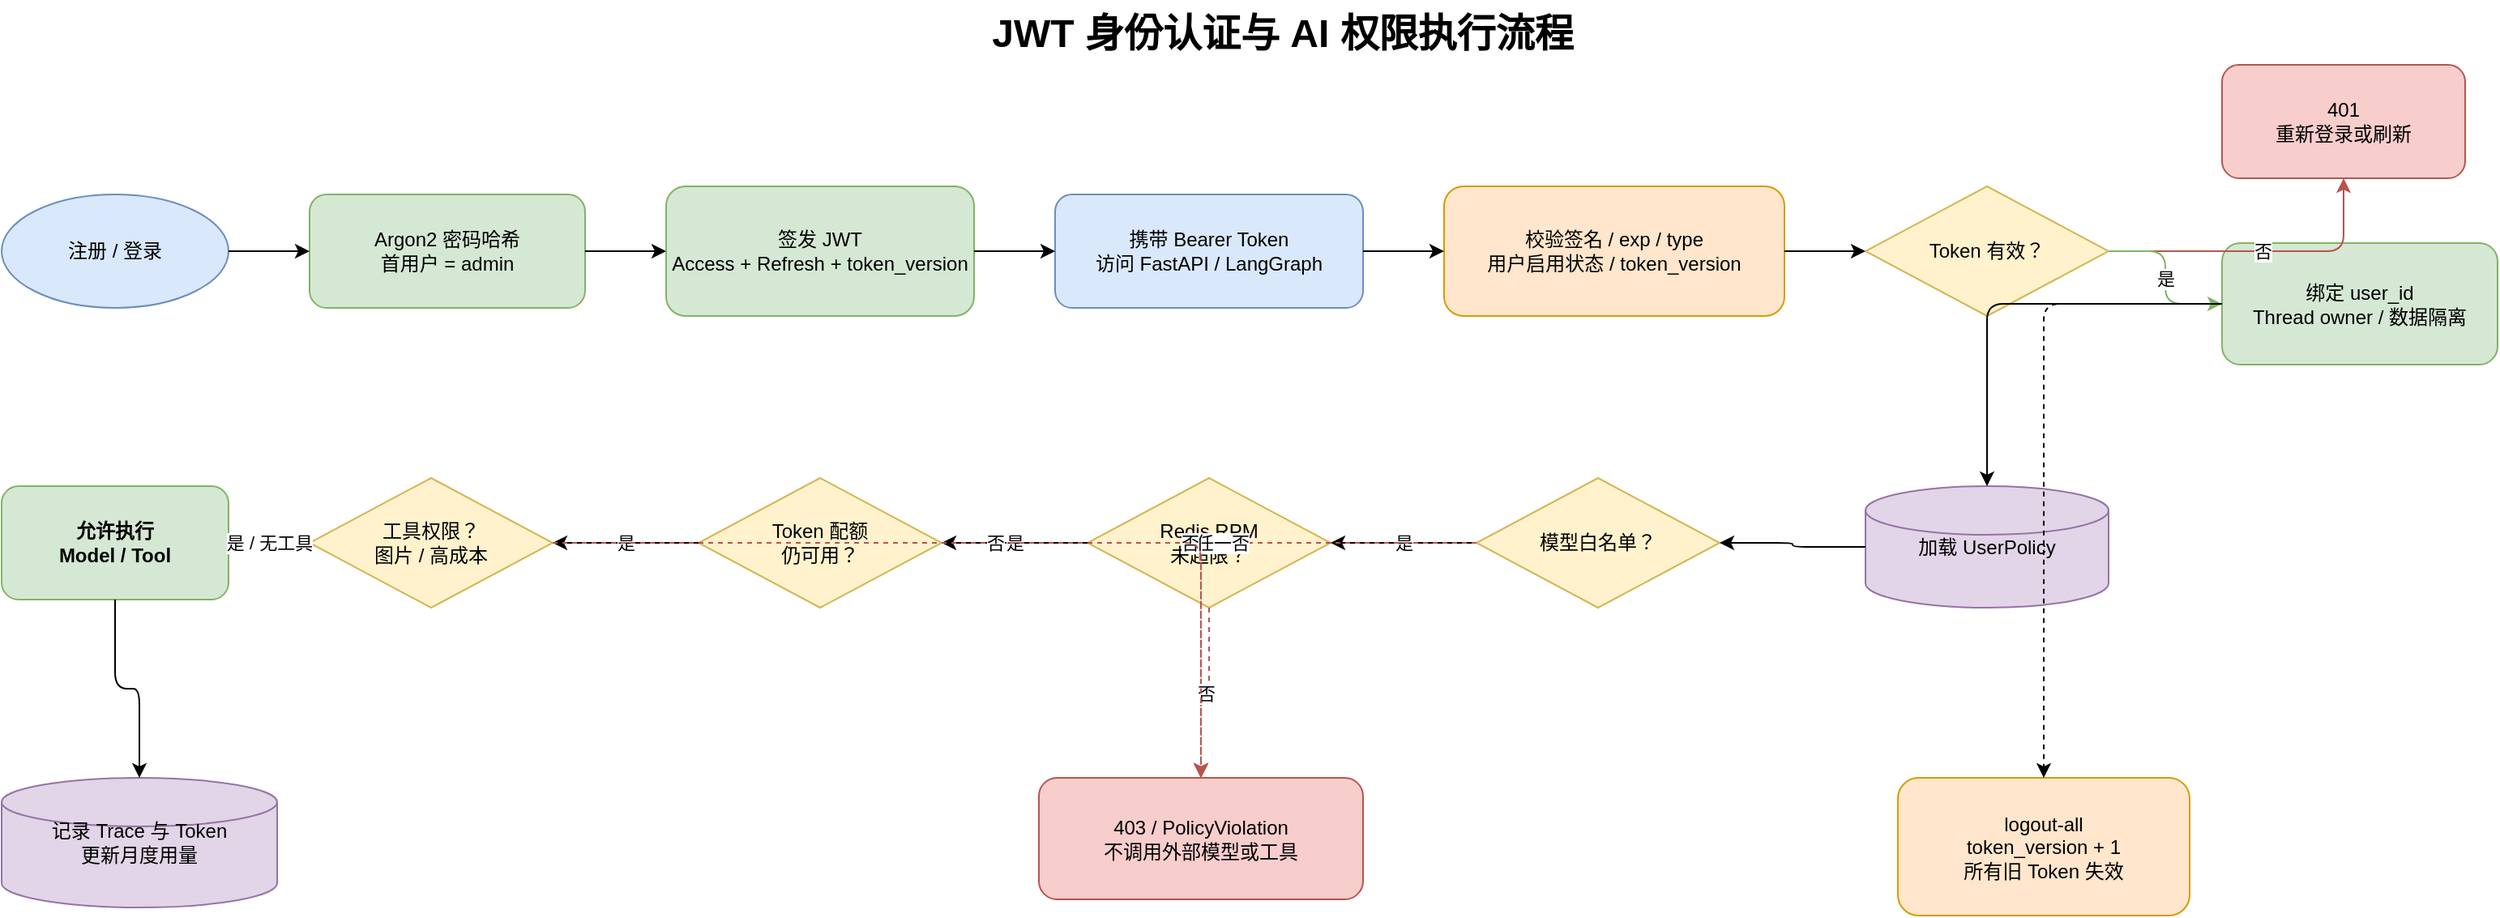
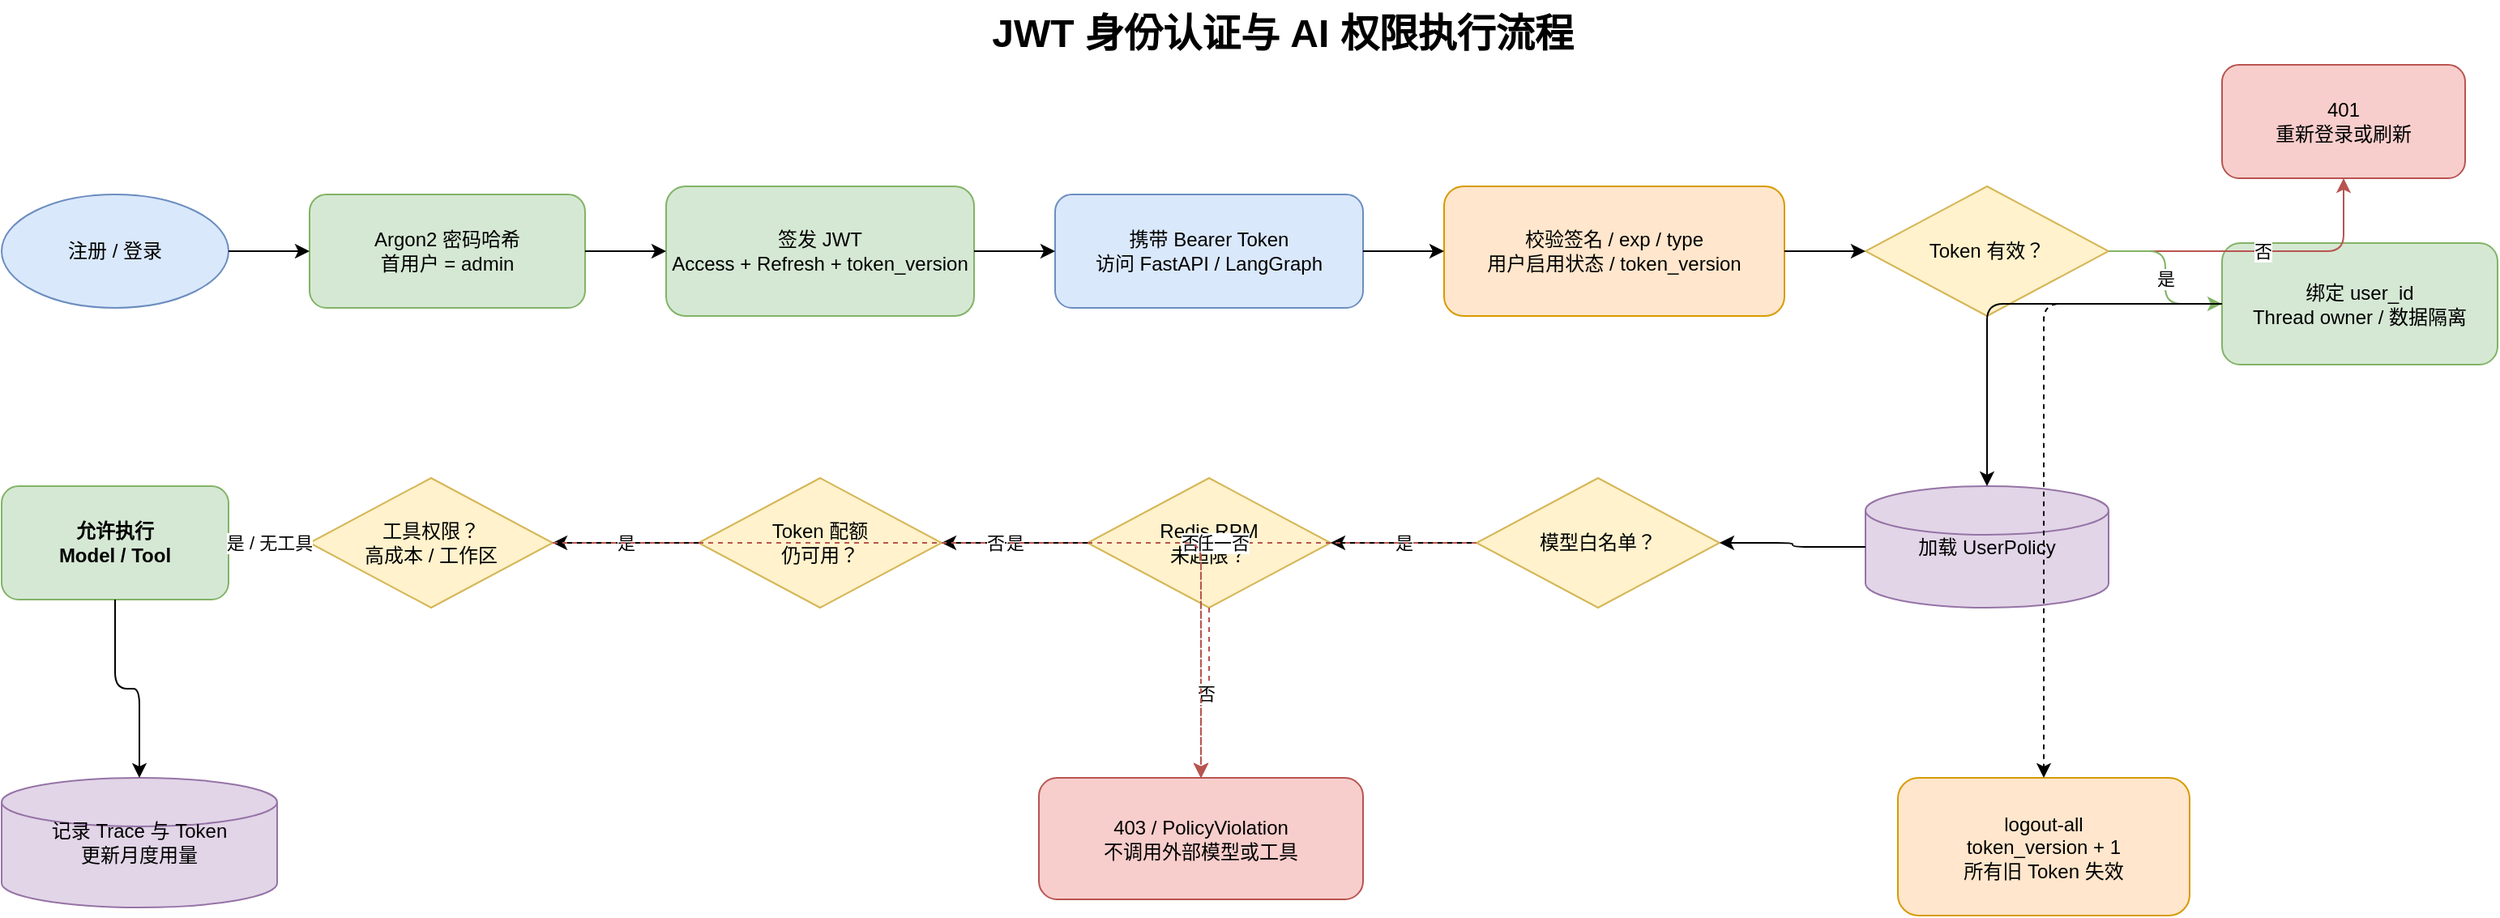
<?xml version="1.0" encoding="UTF-8"?>
<mxGraphModel adaptiveColors="auto" dx="1680" dy="800" grid="1" gridSize="10" guides="1" tooltips="1" connect="1" arrows="1" fold="1" page="1" pageScale="1" pageWidth="1680" pageHeight="800" math="0" shadow="0">
  <root>
    <mxCell id="0"/><mxCell id="1" parent="0"/>
    <mxCell id="title" value="JWT 身份认证与 AI 权限执行流程" style="text;html=1;align=center;fontSize=24;fontStyle=1;" vertex="1" parent="1"><mxGeometry x="520" y="20" width="620" height="50" as="geometry"/></mxCell>
    <mxCell id="register" value="注册 / 登录" style="ellipse;whiteSpace=wrap;html=1;fillColor=#dae8fc;strokeColor=#6c8ebf;" vertex="1" parent="1"><mxGeometry x="40" y="140" width="140" height="70" as="geometry"/></mxCell>
    <mxCell id="password" value="Argon2 密码哈希&lt;br&gt;首用户 = admin" style="rounded=1;whiteSpace=wrap;html=1;fillColor=#d5e8d4;strokeColor=#82b366;" vertex="1" parent="1"><mxGeometry x="230" y="140" width="170" height="70" as="geometry"/></mxCell>
    <mxCell id="jwt" value="签发 JWT&lt;br&gt;Access + Refresh + token_version" style="rounded=1;whiteSpace=wrap;html=1;fillColor=#d5e8d4;strokeColor=#82b366;" vertex="1" parent="1"><mxGeometry x="450" y="135" width="190" height="80" as="geometry"/></mxCell>
    <mxCell id="request" value="携带 Bearer Token&lt;br&gt;访问 FastAPI / LangGraph" style="rounded=1;whiteSpace=wrap;html=1;fillColor=#dae8fc;strokeColor=#6c8ebf;" vertex="1" parent="1"><mxGeometry x="690" y="140" width="190" height="70" as="geometry"/></mxCell>
    <mxCell id="verify" value="校验签名 / exp / type&lt;br&gt;用户启用状态 / token_version" style="rounded=1;whiteSpace=wrap;html=1;fillColor=#ffe6cc;strokeColor=#d79b00;" vertex="1" parent="1"><mxGeometry x="930" y="135" width="210" height="80" as="geometry"/></mxCell>
    <mxCell id="valid" value="Token 有效？" style="rhombus;whiteSpace=wrap;html=1;fillColor=#fff2cc;strokeColor=#d6b656;" vertex="1" parent="1"><mxGeometry x="1190" y="135" width="150" height="80" as="geometry"/></mxCell>
    <mxCell id="deny401" value="401&lt;br&gt;重新登录或刷新" style="rounded=1;whiteSpace=wrap;html=1;fillColor=#f8cecc;strokeColor=#b85450;" vertex="1" parent="1"><mxGeometry x="1410" y="60" width="150" height="70" as="geometry"/></mxCell>
    <mxCell id="owner" value="绑定 user_id&lt;br&gt;Thread owner / 数据隔离" style="rounded=1;whiteSpace=wrap;html=1;fillColor=#d5e8d4;strokeColor=#82b366;" vertex="1" parent="1"><mxGeometry x="1410" y="170" width="170" height="75" as="geometry"/></mxCell>
    <mxCell id="policy" value="加载 UserPolicy" style="shape=cylinder3;whiteSpace=wrap;html=1;fillColor=#e1d5e7;strokeColor=#9673a6;" vertex="1" parent="1"><mxGeometry x="1190" y="320" width="150" height="75" as="geometry"/></mxCell>
    <mxCell id="model" value="模型白名单？" style="rhombus;whiteSpace=wrap;html=1;fillColor=#fff2cc;strokeColor=#d6b656;" vertex="1" parent="1"><mxGeometry x="950" y="315" width="150" height="80" as="geometry"/></mxCell>
    <mxCell id="rpm" value="Redis RPM&lt;br&gt;未超限？" style="rhombus;whiteSpace=wrap;html=1;fillColor=#fff2cc;strokeColor=#d6b656;" vertex="1" parent="1"><mxGeometry x="710" y="315" width="150" height="80" as="geometry"/></mxCell>
    <mxCell id="quota" value="Token 配额&lt;br&gt;仍可用？" style="rhombus;whiteSpace=wrap;html=1;fillColor=#fff2cc;strokeColor=#d6b656;" vertex="1" parent="1"><mxGeometry x="470" y="315" width="150" height="80" as="geometry"/></mxCell>
-     <mxCell id="tool" value="工具权限？&lt;br&gt;图片 / 高成本" style="rhombus;whiteSpace=wrap;html=1;fillColor=#fff2cc;strokeColor=#d6b656;" vertex="1" parent="1"><mxGeometry x="230" y="315" width="150" height="80" as="geometry"/></mxCell>
+     <mxCell id="tool" value="工具权限？&lt;br&gt;高成本 / 工作区" style="rhombus;whiteSpace=wrap;html=1;fillColor=#fff2cc;strokeColor=#d6b656;" vertex="1" parent="1"><mxGeometry x="230" y="315" width="150" height="80" as="geometry"/></mxCell>
    <mxCell id="allow" value="允许执行&lt;br&gt;Model / Tool" style="rounded=1;whiteSpace=wrap;html=1;fillColor=#d5e8d4;strokeColor=#82b366;fontStyle=1;" vertex="1" parent="1"><mxGeometry x="40" y="320" width="140" height="70" as="geometry"/></mxCell>
    <mxCell id="deny403" value="403 / PolicyViolation&lt;br&gt;不调用外部模型或工具" style="rounded=1;whiteSpace=wrap;html=1;fillColor=#f8cecc;strokeColor=#b85450;" vertex="1" parent="1"><mxGeometry x="680" y="500" width="200" height="75" as="geometry"/></mxCell>
    <mxCell id="trace" value="记录 Trace 与 Token&lt;br&gt;更新月度用量" style="shape=cylinder3;whiteSpace=wrap;html=1;fillColor=#e1d5e7;strokeColor=#9673a6;" vertex="1" parent="1"><mxGeometry x="40" y="500" width="170" height="80" as="geometry"/></mxCell>
    <mxCell id="logout" value="logout-all&lt;br&gt;token_version + 1&lt;br&gt;所有旧 Token 失效" style="rounded=1;whiteSpace=wrap;html=1;fillColor=#ffe6cc;strokeColor=#d79b00;" vertex="1" parent="1"><mxGeometry x="1210" y="500" width="180" height="85" as="geometry"/></mxCell>
    <mxCell id="e1" edge="1" parent="1" source="register" target="password" style="edgeStyle=orthogonalEdgeStyle;rounded=1;endArrow=classic;html=1;"><mxGeometry relative="1" as="geometry"/></mxCell>
    <mxCell id="e2" edge="1" parent="1" source="password" target="jwt" style="edgeStyle=orthogonalEdgeStyle;rounded=1;endArrow=classic;html=1;"><mxGeometry relative="1" as="geometry"/></mxCell>
    <mxCell id="e3" edge="1" parent="1" source="jwt" target="request" style="edgeStyle=orthogonalEdgeStyle;rounded=1;endArrow=classic;html=1;"><mxGeometry relative="1" as="geometry"/></mxCell>
    <mxCell id="e4" edge="1" parent="1" source="request" target="verify" style="edgeStyle=orthogonalEdgeStyle;rounded=1;endArrow=classic;html=1;"><mxGeometry relative="1" as="geometry"/></mxCell>
    <mxCell id="e5" edge="1" parent="1" source="verify" target="valid" style="edgeStyle=orthogonalEdgeStyle;rounded=1;endArrow=classic;html=1;"><mxGeometry relative="1" as="geometry"/></mxCell>
    <mxCell id="e6" value="否" edge="1" parent="1" source="valid" target="deny401" style="edgeStyle=orthogonalEdgeStyle;rounded=1;strokeColor=#b85450;endArrow=classic;html=1;"><mxGeometry relative="1" as="geometry"/></mxCell>
    <mxCell id="e7" value="是" edge="1" parent="1" source="valid" target="owner" style="edgeStyle=orthogonalEdgeStyle;rounded=1;strokeColor=#82b366;endArrow=classic;html=1;"><mxGeometry relative="1" as="geometry"/></mxCell>
    <mxCell id="e8" edge="1" parent="1" source="owner" target="policy" style="edgeStyle=orthogonalEdgeStyle;rounded=1;endArrow=classic;html=1;"><mxGeometry relative="1" as="geometry"/></mxCell>
    <mxCell id="e9" edge="1" parent="1" source="policy" target="model" style="edgeStyle=orthogonalEdgeStyle;rounded=1;endArrow=classic;html=1;"><mxGeometry relative="1" as="geometry"/></mxCell>
    <mxCell id="e10" value="是" edge="1" parent="1" source="model" target="rpm" style="edgeStyle=orthogonalEdgeStyle;rounded=1;endArrow=classic;html=1;"><mxGeometry relative="1" as="geometry"/></mxCell>
    <mxCell id="e11" value="是" edge="1" parent="1" source="rpm" target="quota" style="edgeStyle=orthogonalEdgeStyle;rounded=1;endArrow=classic;html=1;"><mxGeometry relative="1" as="geometry"/></mxCell>
    <mxCell id="e12" value="是" edge="1" parent="1" source="quota" target="tool" style="edgeStyle=orthogonalEdgeStyle;rounded=1;endArrow=classic;html=1;"><mxGeometry relative="1" as="geometry"/></mxCell>
    <mxCell id="e13" value="是 / 无工具" edge="1" parent="1" source="tool" target="allow" style="edgeStyle=orthogonalEdgeStyle;rounded=1;strokeColor=#82b366;endArrow=classic;html=1;"><mxGeometry relative="1" as="geometry"/></mxCell>
    <mxCell id="e14" edge="1" parent="1" source="allow" target="trace" style="edgeStyle=orthogonalEdgeStyle;rounded=1;endArrow=classic;html=1;"><mxGeometry relative="1" as="geometry"/></mxCell>
    <mxCell id="e15" value="任一否" edge="1" parent="1" source="model" target="deny403" style="edgeStyle=orthogonalEdgeStyle;rounded=1;dashed=1;strokeColor=#b85450;endArrow=classic;html=1;"><mxGeometry relative="1" as="geometry"/></mxCell>
    <mxCell id="e16" value="否" edge="1" parent="1" source="rpm" target="deny403" style="edgeStyle=orthogonalEdgeStyle;rounded=1;dashed=1;strokeColor=#b85450;endArrow=classic;html=1;"><mxGeometry relative="1" as="geometry"/></mxCell>
    <mxCell id="e17" value="否" edge="1" parent="1" source="quota" target="deny403" style="edgeStyle=orthogonalEdgeStyle;rounded=1;dashed=1;strokeColor=#b85450;endArrow=classic;html=1;"><mxGeometry relative="1" as="geometry"/></mxCell>
    <mxCell id="e18" value="否" edge="1" parent="1" source="tool" target="deny403" style="edgeStyle=orthogonalEdgeStyle;rounded=1;dashed=1;strokeColor=#b85450;endArrow=classic;html=1;"><mxGeometry relative="1" as="geometry"/></mxCell>
    <mxCell id="e19" edge="1" parent="1" source="owner" target="logout" style="edgeStyle=orthogonalEdgeStyle;rounded=1;dashed=1;endArrow=classic;html=1;"><mxGeometry relative="1" as="geometry"/></mxCell>
  </root>
</mxGraphModel>
